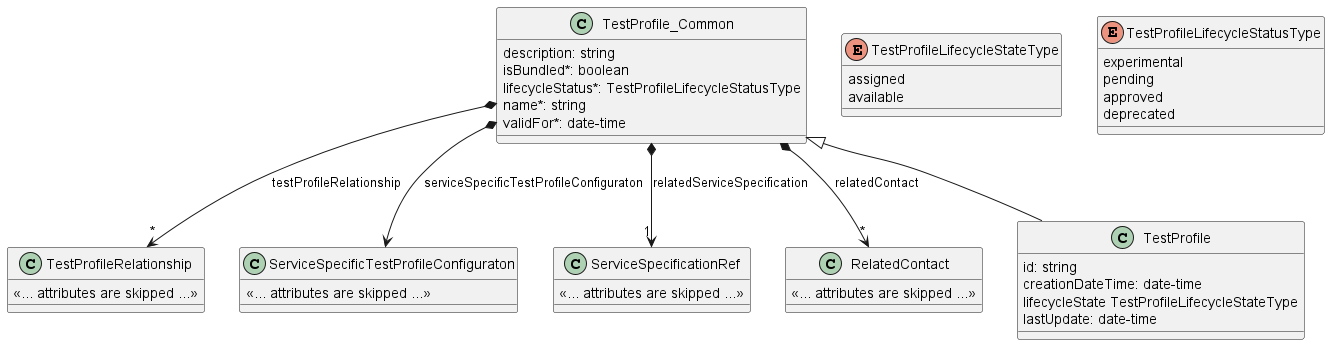
The PlantUML diagram documentation/serviceApi/sft/serviceTest/media/useCase2Model.png in MEF-GIT/MEF-LSO-Legato-SDK, before a commit.
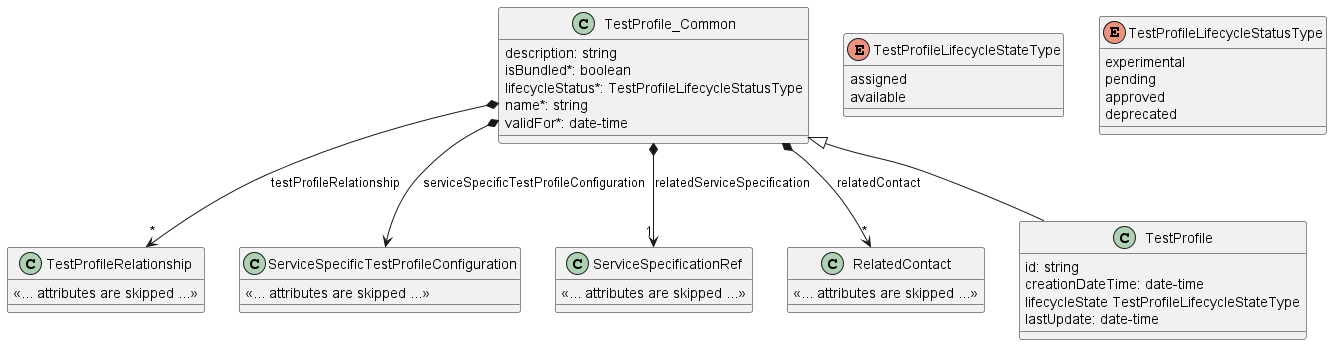
After the commit.

Diff of the diagram source:
```diff
@@ -10,7 +10,7 @@
 }
 
 TestProfile_Common *-->"*" TestProfileRelationship : testProfileRelationship
-TestProfile_Common *--> ServiceSpecificTestProfileConfiguraton : serviceSpecificTestProfileConfiguraton
+TestProfile_Common *--> ServiceSpecificTestProfileConfiguration : serviceSpecificTestProfileConfiguration
 TestProfile_Common *-->"1" ServiceSpecificationRef : relatedServiceSpecification
 TestProfile_Common *-->"*" RelatedContact : relatedContact
 
@@ -42,7 +42,7 @@
     <<... attributes are skipped ...>>
 }
 
-class ServiceSpecificTestProfileConfiguraton {
+class ServiceSpecificTestProfileConfiguration {
 
     <<... attributes are skipped ...>>
 }
```
